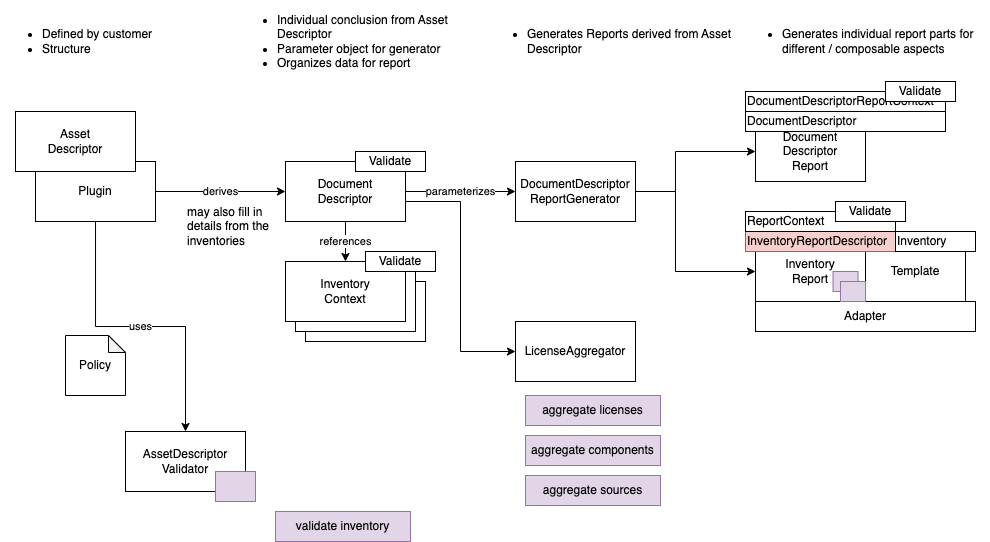
This is docs/diagrams/asset-descriptor-flow.png from org-metaeffekt/metaeffekt-core, a draw.io export, as it was before one commit. Source tidied: cells renumbered, new cells last; positions are measured from the earlier drawing's top-left corner, leaving out a move shared by most shapes. Source of this version:
```xml
<mxGraphModel>
  <root>
    <mxCell id="0" />
    <mxCell id="1" parent="0" />
    <mxCell id="2" value="Template" style="rounded=0;whiteSpace=wrap;html=1;" parent="1" vertex="1">
      <mxGeometry x="865" y="230" width="100" height="60" as="geometry" />
    </mxCell>
    <mxCell id="3" value="derives" style="edgeStyle=orthogonalEdgeStyle;rounded=0;jettySize=auto;html=1;exitX=1;exitY=0.5;exitDx=0;exitDy=0;" parent="1" edge="1" source="25" target="7">
      <mxGeometry relative="1" as="geometry" />
    </mxCell>
    <mxCell id="4" value="parameterizes" style="edgeStyle=orthogonalEdgeStyle;rounded=0;jettySize=auto;html=1;" parent="1" edge="1" source="7" target="10">
      <mxGeometry relative="1" as="geometry" />
    </mxCell>
    <mxCell id="5" value="references" style="edgeStyle=orthogonalEdgeStyle;rounded=0;jettySize=auto;html=1;entryX=0.5;entryY=0;entryDx=0;entryDy=0;" parent="1" edge="1" source="7" target="13">
      <mxGeometry relative="1" as="geometry" />
    </mxCell>
    <mxCell id="6" style="edgeStyle=orthogonalEdgeStyle;rounded=0;jettySize=auto;html=1;entryX=0;entryY=0.5;entryDx=0;entryDy=0;" parent="1" edge="1" source="7" target="43">
      <mxGeometry relative="1" as="geometry">
        <Array as="points">
          <mxPoint x="460" y="190" />
          <mxPoint x="460" y="340" />
        </Array>
      </mxGeometry>
    </mxCell>
    <mxCell id="7" value="Document&lt;br&gt;Descriptor" style="rounded=0;whiteSpace=wrap;html=1;" parent="1" vertex="1">
      <mxGeometry x="285" y="150" width="120" height="60" as="geometry" />
    </mxCell>
    <mxCell id="8" style="edgeStyle=orthogonalEdgeStyle;rounded=0;jettySize=auto;html=1;" parent="1" edge="1" source="10" target="15">
      <mxGeometry relative="1" as="geometry">
        <Array as="points">
          <mxPoint x="675" y="180" />
          <mxPoint x="675" y="140" />
        </Array>
      </mxGeometry>
    </mxCell>
    <mxCell id="9" style="edgeStyle=orthogonalEdgeStyle;rounded=0;jettySize=auto;html=1;" parent="1" edge="1" source="10" target="14">
      <mxGeometry relative="1" as="geometry">
        <Array as="points">
          <mxPoint x="675" y="180" />
          <mxPoint x="675" y="260" />
        </Array>
      </mxGeometry>
    </mxCell>
    <mxCell id="10" value="DocumentDescriptor&lt;br&gt;ReportGenerator" style="rounded=0;whiteSpace=wrap;html=1;" parent="1" vertex="1">
      <mxGeometry x="515" y="150" width="120" height="60" as="geometry" />
    </mxCell>
    <mxCell id="11" value="Inventory&lt;br&gt;Context" style="rounded=0;whiteSpace=wrap;html=1;" parent="1" vertex="1">
      <mxGeometry x="305" y="270" width="120" height="60" as="geometry" />
    </mxCell>
    <mxCell id="12" value="Inventory&lt;br&gt;Context" style="rounded=0;whiteSpace=wrap;html=1;" parent="1" vertex="1">
      <mxGeometry x="295" y="260" width="120" height="60" as="geometry" />
    </mxCell>
    <mxCell id="13" value="Inventory&lt;br&gt;Context" style="rounded=0;whiteSpace=wrap;html=1;" parent="1" vertex="1">
      <mxGeometry x="285" y="250" width="120" height="60" as="geometry" />
    </mxCell>
    <mxCell id="14" value="Inventory&lt;br&gt;Report" style="rounded=0;whiteSpace=wrap;html=1;" parent="1" vertex="1">
      <mxGeometry x="755" y="230" width="110" height="60" as="geometry" />
    </mxCell>
    <mxCell id="15" value="Document&lt;br&gt;Descriptor&lt;br&gt;Report" style="rounded=0;whiteSpace=wrap;html=1;" parent="1" vertex="1">
      <mxGeometry x="755" y="110" width="110" height="60" as="geometry" />
    </mxCell>
    <mxCell id="16" value="DocumentDescriptor" style="rounded=0;whiteSpace=wrap;html=1;align=left;" parent="1" vertex="1">
      <mxGeometry x="745" y="100" width="200" height="20" as="geometry" />
    </mxCell>
    <mxCell id="17" value="InventoryReportDescriptor" style="rounded=0;whiteSpace=wrap;html=1;fillColor=#f8cecc;strokeColor=#b85450;align=left;" parent="1" vertex="1">
      <mxGeometry x="745" y="220" width="150" height="20" as="geometry" />
    </mxCell>
    <mxCell id="18" value="DocumentDescriptorReportContext" style="rounded=0;whiteSpace=wrap;html=1;align=left;" parent="1" vertex="1">
      <mxGeometry x="745" y="80" width="200" height="20" as="geometry" />
    </mxCell>
    <mxCell id="19" value="ReportContext" style="rounded=0;whiteSpace=wrap;html=1;align=left;" parent="1" vertex="1">
      <mxGeometry x="745" y="200" width="150" height="20" as="geometry" />
    </mxCell>
    <mxCell id="20" value="Inventory" style="rounded=0;whiteSpace=wrap;html=1;align=left;" parent="1" vertex="1">
      <mxGeometry x="895" y="220" width="80" height="20" as="geometry" />
    </mxCell>
    <mxCell id="21" value="may also fill in details from the inventories" style="rounded=0;whiteSpace=wrap;html=1;align=left;strokeColor=none;" parent="1" vertex="1">
      <mxGeometry x="185" y="190" width="90" height="50" as="geometry" />
    </mxCell>
    <mxCell id="22" value="Validate" style="rounded=0;whiteSpace=wrap;html=1;align=center;" parent="1" vertex="1">
      <mxGeometry x="355" y="140" width="70" height="20" as="geometry" />
    </mxCell>
    <mxCell id="23" value="Validate" style="rounded=0;whiteSpace=wrap;html=1;align=center;" parent="1" vertex="1">
      <mxGeometry x="365" y="240" width="70" height="20" as="geometry" />
    </mxCell>
    <mxCell id="24" value="uses" style="edgeStyle=orthogonalEdgeStyle;rounded=0;jettySize=auto;html=1;" parent="1" edge="1" source="25" target="36">
      <mxGeometry relative="1" as="geometry" />
    </mxCell>
    <mxCell id="25" value="Plugin" style="rounded=0;whiteSpace=wrap;html=1;align=center;" parent="1" vertex="1">
      <mxGeometry x="35" y="150" width="120" height="60" as="geometry" />
    </mxCell>
    <mxCell id="26" value="Asset&lt;br&gt;Descriptor" style="rounded=0;whiteSpace=wrap;html=1;" parent="1" vertex="1">
      <mxGeometry x="15" y="100" width="120" height="60" as="geometry" />
    </mxCell>
    <mxCell id="27" value="Validate" style="rounded=0;whiteSpace=wrap;html=1;align=center;" parent="1" vertex="1">
      <mxGeometry x="835" y="190" width="70" height="20" as="geometry" />
    </mxCell>
    <mxCell id="28" value="Validate" style="rounded=0;whiteSpace=wrap;html=1;align=center;" parent="1" vertex="1">
      <mxGeometry x="885" y="70" width="70" height="20" as="geometry" />
    </mxCell>
    <mxCell id="29" value="Adapter" style="rounded=0;whiteSpace=wrap;html=1;" parent="1" vertex="1">
      <mxGeometry x="755" y="290" width="220" height="30" as="geometry" />
    </mxCell>
    <mxCell id="30" value="&lt;ul&gt;&lt;li&gt;Defined by customer&lt;/li&gt;&lt;li&gt;Structure&lt;/li&gt;&lt;/ul&gt;" style="text;html=1;strokeColor=none;fillColor=none;align=left;verticalAlign=middle;whiteSpace=wrap;rounded=0;" parent="1" vertex="1">
      <mxGeometry width="190" height="60" as="geometry" />
    </mxCell>
    <mxCell id="31" value="&lt;ul&gt;&lt;li&gt;Individual conclusion from Asset Descriptor&lt;/li&gt;&lt;li&gt;Parameter object for generator&lt;/li&gt;&lt;li&gt;Organizes data for report&lt;/li&gt;&lt;/ul&gt;" style="text;html=1;strokeColor=none;fillColor=none;align=left;verticalAlign=middle;whiteSpace=wrap;rounded=0;" parent="1" vertex="1">
      <mxGeometry x="235" width="250" height="60" as="geometry" />
    </mxCell>
    <mxCell id="32" value="&lt;ul&gt;&lt;li&gt;Generates Reports derived from Asset Descriptor&lt;/li&gt;&lt;/ul&gt;" style="text;html=1;strokeColor=none;fillColor=none;align=left;verticalAlign=middle;whiteSpace=wrap;rounded=0;" parent="1" vertex="1">
      <mxGeometry x="485" width="250" height="60" as="geometry" />
    </mxCell>
    <mxCell id="33" value="&lt;ul&gt;&lt;li&gt;Generates individual report parts for different / composable aspects&lt;/li&gt;&lt;/ul&gt;" style="text;html=1;strokeColor=none;fillColor=none;align=left;verticalAlign=middle;whiteSpace=wrap;rounded=0;" parent="1" vertex="1">
      <mxGeometry x="740" width="250" height="60" as="geometry" />
    </mxCell>
    <mxCell id="34" style="rounded=0;whiteSpace=wrap;html=1;align=center;fillColor=#e1d5e7;strokeColor=#9673a6;" parent="1" vertex="1">
      <mxGeometry x="832.5" y="260" width="25" height="20" as="geometry" />
    </mxCell>
    <mxCell id="35" style="rounded=0;whiteSpace=wrap;html=1;align=center;fillColor=#e1d5e7;strokeColor=#9673a6;" parent="1" vertex="1">
      <mxGeometry x="840" y="270" width="25" height="20" as="geometry" />
    </mxCell>
    <mxCell id="36" value="AssetDescriptor&lt;br&gt;Validator" style="rounded=0;whiteSpace=wrap;html=1;align=center;" parent="1" vertex="1">
      <mxGeometry x="125" y="420" width="120" height="60" as="geometry" />
    </mxCell>
    <mxCell id="37" style="rounded=0;whiteSpace=wrap;html=1;align=center;fillColor=#e1d5e7;strokeColor=#9673a6;" parent="1" vertex="1">
      <mxGeometry x="215" y="460" width="40" height="30" as="geometry" />
    </mxCell>
    <mxCell id="38" value="validate inventory" style="rounded=0;whiteSpace=wrap;html=1;align=center;fillColor=#e1d5e7;strokeColor=#9673a6;" parent="1" vertex="1">
      <mxGeometry x="275" y="500" width="135" height="30" as="geometry" />
    </mxCell>
    <mxCell id="39" value="Policy" style="shape=note;whiteSpace=wrap;html=1;backgroundOutline=1;darkOpacity=0.05;align=center;size=17;" parent="1" vertex="1">
      <mxGeometry x="65" y="324" width="60" height="60" as="geometry" />
    </mxCell>
    <mxCell id="40" value="aggregate licenses" style="rounded=0;whiteSpace=wrap;html=1;align=center;fillColor=#e1d5e7;strokeColor=#9673a6;" parent="1" vertex="1">
      <mxGeometry x="525" y="384" width="135" height="30" as="geometry" />
    </mxCell>
    <mxCell id="41" value="aggregate components" style="rounded=0;whiteSpace=wrap;html=1;align=center;fillColor=#e1d5e7;strokeColor=#9673a6;" parent="1" vertex="1">
      <mxGeometry x="525" y="424" width="135" height="30" as="geometry" />
    </mxCell>
    <mxCell id="42" value="aggregate sources" style="rounded=0;whiteSpace=wrap;html=1;align=center;fillColor=#e1d5e7;strokeColor=#9673a6;" parent="1" vertex="1">
      <mxGeometry x="525" y="464" width="135" height="30" as="geometry" />
    </mxCell>
    <mxCell id="43" value="LicenseAggregator" style="rounded=0;whiteSpace=wrap;html=1;" parent="1" vertex="1">
      <mxGeometry x="515" y="310" width="120" height="60" as="geometry" />
    </mxCell>
  </root>
</mxGraphModel>
```
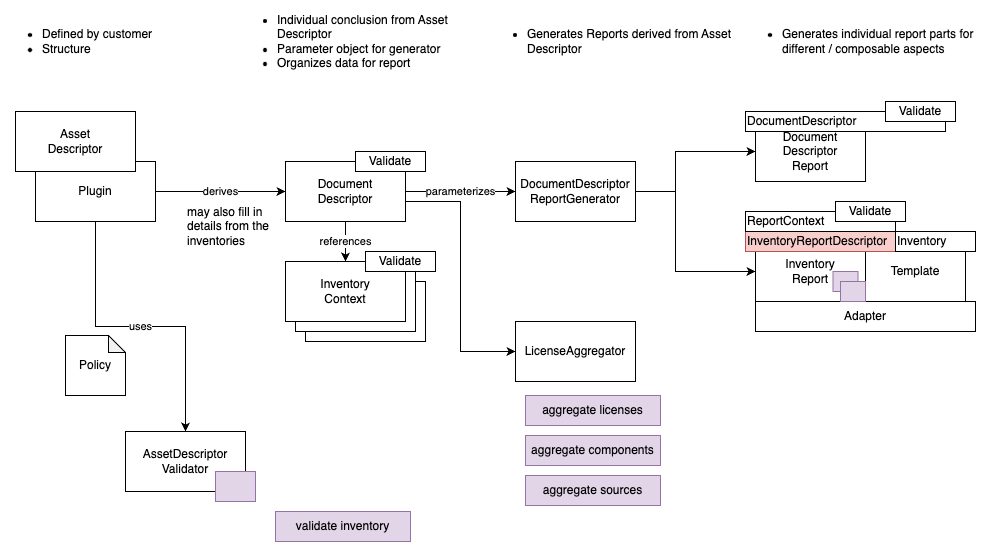
After the change.

Diff of the diagram source:
```diff
@@ -65,9 +65,6 @@
     <mxCell id="17" value="InventoryReportDescriptor" style="rounded=0;whiteSpace=wrap;html=1;fillColor=#f8cecc;strokeColor=#b85450;align=left;" parent="1" vertex="1">
       <mxGeometry x="745" y="220" width="150" height="20" as="geometry" />
     </mxCell>
-    <mxCell id="18" value="DocumentDescriptorReportContext" style="rounded=0;whiteSpace=wrap;html=1;align=left;" parent="1" vertex="1">
-      <mxGeometry x="745" y="80" width="200" height="20" as="geometry" />
-    </mxCell>
     <mxCell id="19" value="ReportContext" style="rounded=0;whiteSpace=wrap;html=1;align=left;" parent="1" vertex="1">
       <mxGeometry x="745" y="200" width="150" height="20" as="geometry" />
     </mxCell>
@@ -96,7 +93,7 @@
       <mxGeometry x="835" y="190" width="70" height="20" as="geometry" />
     </mxCell>
     <mxCell id="28" value="Validate" style="rounded=0;whiteSpace=wrap;html=1;align=center;" parent="1" vertex="1">
-      <mxGeometry x="885" y="70" width="70" height="20" as="geometry" />
+      <mxGeometry x="885" y="90" width="70" height="20" as="geometry" />
     </mxCell>
     <mxCell id="29" value="Adapter" style="rounded=0;whiteSpace=wrap;html=1;" parent="1" vertex="1">
       <mxGeometry x="755" y="290" width="220" height="30" as="geometry" />
```
